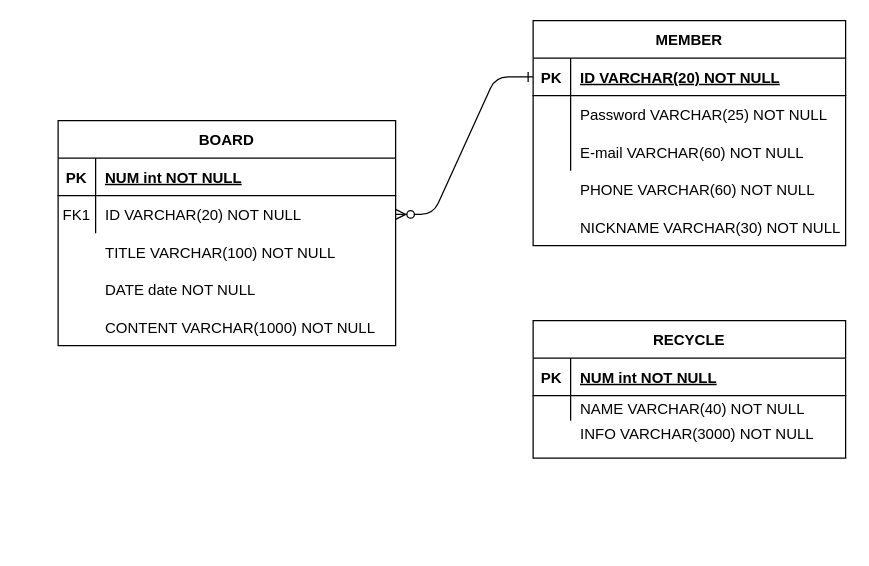
Before: recycleDB.drawio in jgy2808/TERM_Project, a draw.io diagram. Source tidied: cells renumbered, new cells numbered last; positions are measured from the earlier drawing's top-left corner, leaving out a move shared by most shapes. Both pictures are drawn from the tidied source at 125%, with x=0, y=0 at pixel (58, 20).
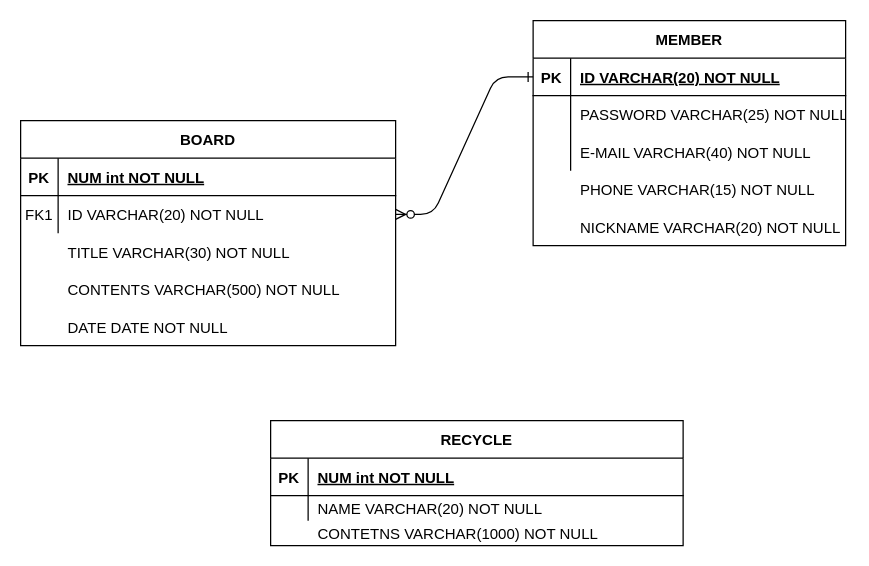
The same page after the edit.

Unchanged cells that the change refers to:
```xml
<mxCell id="7" style="shape=partialRectangle;fillColor=none;top=0;left=0;right=0;bottom=0;" parent="3" vertex="1">
  <mxGeometry y="60" width="250" height="30" as="geometry" />
</mxCell>
<mxCell id="10" style="shape=partialRectangle;fillColor=none;top=0;left=0;right=0;bottom=0;" parent="3" vertex="1">
  <mxGeometry y="90" width="250" height="30" as="geometry" />
</mxCell>
```

What changed in the source:
```diff
@@
-    <mxCell id="2" value="NICKNAME VARCHAR(30) NOT NULL" style="shape=partialRectangle;overflow=hidden;fillColor=none;top=0;left=0;bottom=0;right=0;align=left;spacingLeft=6;" parent="1" vertex="1">
+    <mxCell id="2" value="NICKNAME VARCHAR(20) NOT NULL" style="shape=partialRectangle;overflow=hidden;fillColor=none;top=0;left=0;bottom=0;right=0;align=left;spacingLeft=6;" parent="1" vertex="1">
       <mxGeometry x="410" y="150" width="220" height="30" as="geometry" />
     </mxCell>
@@
-    <mxCell id="9" value="Password VARCHAR(25) NOT NULL" style="shape=partialRectangle;overflow=hidden;fillColor=none;top=0;left=0;bottom=0;right=0;align=left;spacingLeft=6;" parent="7" vertex="1">
+    <mxCell id="9" value="PASSWORD VARCHAR(25) NOT NULL" style="shape=partialRectangle;overflow=hidden;fillColor=none;top=0;left=0;bottom=0;right=0;align=left;spacingLeft=6;" parent="7" vertex="1">
       <mxGeometry x="30" width="220" height="30" as="geometry" />
     </mxCell>
@@
-    <mxCell id="12" value="E-mail VARCHAR(60) NOT NULL" style="shape=partialRectangle;overflow=hidden;fillColor=none;top=0;left=0;bottom=0;right=0;align=left;spacingLeft=6;" parent="10" vertex="1">
+    <mxCell id="12" value="E-MAIL VARCHAR(40) NOT NULL" style="shape=partialRectangle;overflow=hidden;fillColor=none;top=0;left=0;bottom=0;right=0;align=left;spacingLeft=6;" parent="10" vertex="1">
       <mxGeometry x="30" width="220" height="30" as="geometry" />
     </mxCell>
     <mxCell id="13" value="RECYCLE" style="shape=table;startSize=30;childLayout=tableLayout;rowLines=0;fontStyle=1;align=center;" parent="1" vertex="1">
-      <mxGeometry x="380" y="240" width="250" height="110" as="geometry" />
+      <mxGeometry x="170" y="320" width="330" height="100" as="geometry" />
     </mxCell>
     <mxCell id="14" style="shape=partialRectangle;fillColor=none;top=0;left=0;right=0;bottom=1;" parent="13" vertex="1">
-      <mxGeometry y="30" width="250" height="30" as="geometry" />
+      <mxGeometry y="30" width="330" height="30" as="geometry" />
     </mxCell>
@@
     <mxCell id="16" value="NUM int NOT NULL" style="shape=partialRectangle;overflow=hidden;fillColor=none;top=0;left=0;bottom=0;right=0;align=left;spacingLeft=6;fontStyle=5;" parent="14" vertex="1">
-      <mxGeometry x="30" width="220" height="30" as="geometry" />
+      <mxGeometry x="30" width="300" height="30" as="geometry" />
     </mxCell>
     <mxCell id="17" style="shape=partialRectangle;fillColor=none;top=0;left=0;right=0;bottom=0;" parent="13" vertex="1">
-      <mxGeometry y="60" width="250" height="20" as="geometry" />
+      <mxGeometry y="60" width="330" height="20" as="geometry" />
     </mxCell>
@@
-    <mxCell id="19" value="NAME VARCHAR(40) NOT NULL" style="shape=partialRectangle;overflow=hidden;fillColor=none;top=0;left=0;bottom=0;right=0;align=left;spacingLeft=6;" parent="17" vertex="1">
-      <mxGeometry x="30" width="220" height="20" as="geometry" />
+    <mxCell id="19" value="NAME VARCHAR(20) NOT NULL" style="shape=partialRectangle;overflow=hidden;fillColor=none;top=0;left=0;bottom=0;right=0;align=left;spacingLeft=6;" parent="17" vertex="1">
+      <mxGeometry x="30" width="300" height="20" as="geometry" />
     </mxCell>
     <mxCell id="20" value="BOARD" style="shape=table;startSize=30;childLayout=tableLayout;rowLines=0;fontStyle=1;align=center;" parent="1" vertex="1">
-      <mxGeometry y="80" width="270" height="180" as="geometry" />
+      <mxGeometry x="-30" y="80" width="300" height="180" as="geometry" />
     </mxCell>
     <mxCell id="21" style="shape=partialRectangle;fillColor=none;top=0;left=0;right=0;bottom=1;" parent="20" vertex="1">
-      <mxGeometry y="30" width="270" height="30" as="geometry" />
+      <mxGeometry y="30" width="300" height="30" as="geometry" />
     </mxCell>
@@
     <mxCell id="23" value="NUM int NOT NULL" style="shape=partialRectangle;overflow=hidden;fillColor=none;top=0;left=0;bottom=0;right=0;align=left;spacingLeft=6;fontStyle=5;" parent="21" vertex="1">
-      <mxGeometry x="30" width="240" height="30" as="geometry" />
+      <mxGeometry x="30" width="270" height="30" as="geometry" />
     </mxCell>
     <mxCell id="24" style="shape=partialRectangle;fillColor=none;points=[[0,0.5],[1,0.5]];portConstraint=eastwest;top=0;left=0;right=0;bottom=0;" parent="20" vertex="1">
-      <mxGeometry y="60" width="270" height="30" as="geometry" />
+      <mxGeometry y="60" width="300" height="30" as="geometry" />
     </mxCell>
@@
     <mxCell id="26" value="ID VARCHAR(20) NOT NULL" style="shape=partialRectangle;overflow=hidden;fillColor=none;top=0;left=0;bottom=0;right=0;align=left;spacingLeft=6;" parent="24" vertex="1">
-      <mxGeometry x="30" width="240" height="30" as="geometry" />
+      <mxGeometry x="30" width="270" height="30" as="geometry" />
     </mxCell>
-    <mxCell id="27" value="PHONE VARCHAR(60) NOT NULL" style="shape=partialRectangle;overflow=hidden;fillColor=none;top=0;left=0;bottom=0;right=0;align=left;spacingLeft=6;" parent="1" vertex="1">
+    <mxCell id="27" value="PHONE VARCHAR(15) NOT NULL" style="shape=partialRectangle;overflow=hidden;fillColor=none;top=0;left=0;bottom=0;right=0;align=left;spacingLeft=6;" parent="1" vertex="1">
       <mxGeometry x="410" y="120" width="220" height="30" as="geometry" />
     </mxCell>
@@
-    <mxCell id="29" value="TITLE VARCHAR(100) NOT NULL" style="shape=partialRectangle;overflow=hidden;fillColor=none;top=0;left=0;bottom=0;right=0;align=left;spacingLeft=6;" parent="1" vertex="1">
-      <mxGeometry x="30" y="170" width="220" height="30" as="geometry" />
+    <mxCell id="29" value="TITLE VARCHAR(30) NOT NULL" style="shape=partialRectangle;overflow=hidden;fillColor=none;top=0;left=0;bottom=0;right=0;align=left;spacingLeft=6;" parent="1" vertex="1">
+      <mxGeometry y="170" width="220" height="30" as="geometry" />
     </mxCell>
-    <mxCell id="30" value="DATE date NOT NULL" style="shape=partialRectangle;overflow=hidden;fillColor=none;top=0;left=0;bottom=0;right=0;align=left;spacingLeft=6;" parent="1" vertex="1">
-      <mxGeometry x="30" y="200" width="220" height="30" as="geometry" />
+    <mxCell id="30" value="DATE DATE NOT NULL" style="shape=partialRectangle;overflow=hidden;fillColor=none;top=0;left=0;bottom=0;right=0;align=left;spacingLeft=6;" parent="1" vertex="1">
+      <mxGeometry y="230" width="220" height="30" as="geometry" />
     </mxCell>
-    <mxCell id="31" value="CONTENT VARCHAR(1000) NOT NULL" style="shape=partialRectangle;overflow=hidden;fillColor=none;top=0;left=0;bottom=0;right=0;align=left;spacingLeft=6;" parent="1" vertex="1">
-      <mxGeometry x="30" y="230" width="230" height="30" as="geometry" />
-    </mxCell>
-    <mxCell id="32" value="INFO VARCHAR(3000) NOT NULL " style="shape=partialRectangle;overflow=hidden;fillColor=none;top=0;left=0;bottom=0;right=0;align=left;spacingLeft=6;" parent="1" vertex="1">
-      <mxGeometry x="410" y="320" width="220" height="20" as="geometry" />
+    <mxCell id="32" value="CONTETNS VARCHAR(1000) NOT NULL " style="shape=partialRectangle;overflow=hidden;fillColor=none;top=0;left=0;bottom=0;right=0;align=left;spacingLeft=6;" parent="1" vertex="1">
+      <mxGeometry x="200" y="400" width="290" height="20" as="geometry" />
     </mxCell>
+    <mxCell id="33" value="CONTENTS VARCHAR(500) NOT NULL" style="shape=partialRectangle;overflow=hidden;fillColor=none;top=0;left=0;bottom=0;right=0;align=left;spacingLeft=6;" parent="1" vertex="1">
+      <mxGeometry y="200" width="270" height="30" as="geometry" />
+    </mxCell>
```
